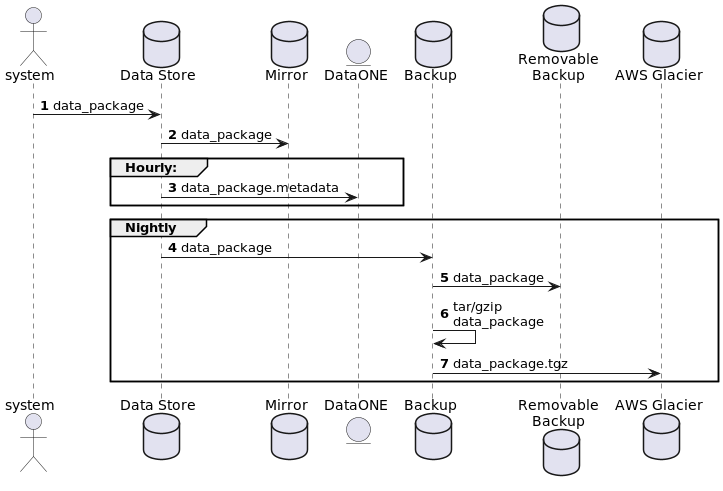
Before: documentation/doc_tree/pasta_sop/images/backup.png, a diagram exported from PlantUML (PASTAplus/PASTA). The source it was exported from:
```plantuml
@startuml
actor system
database "Data Store" as ds
database Mirror
entity DataONE
database Backup
database "Removable\nBackup" as removable
database "AWS Glacier" as aws

autonumber

system -> ds: data_package
ds -> Mirror: data_package
group Hourly:
    ds -> DataONE: data_package.metadata
end
group Nightly
    ds -> Backup: data_package
    Backup -> removable: data_package
    Backup -> Backup: tar/gzip\ndata_package
    Backup -> aws: data_package.tgz
end




@enduml
```
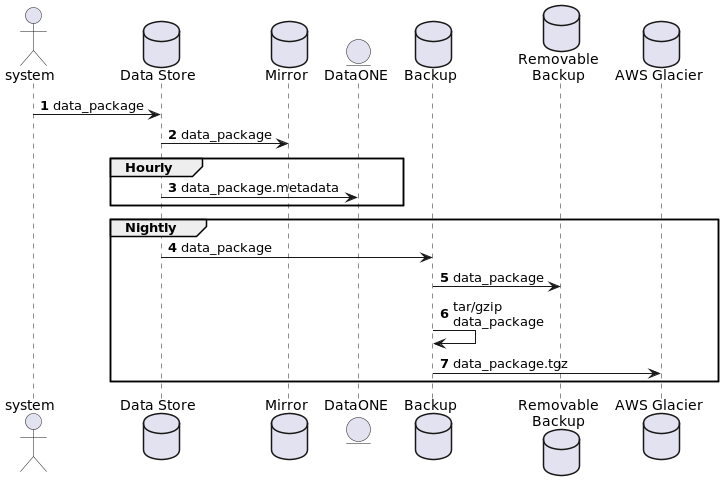
The same diagram one commit later.

Diff of the diagram source:
```diff
@@ -11,7 +11,7 @@
 
 system -> ds: data_package
 ds -> Mirror: data_package
-group Hourly:
+group Hourly
     ds -> DataONE: data_package.metadata
 end
 group Nightly
```
